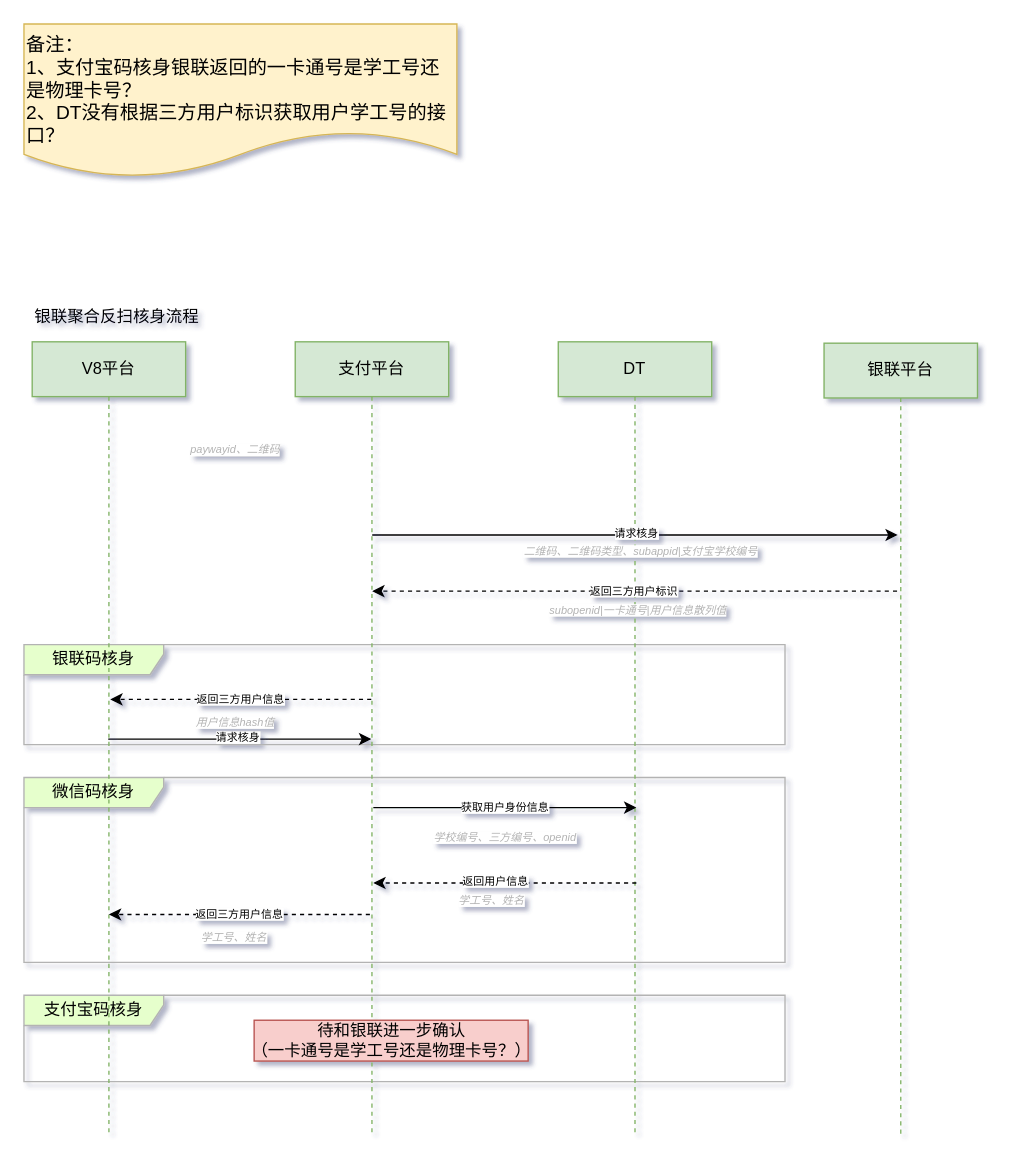
Earlier version of the draw.io diagram page "核身方案" (2 of 3) of 厦门大学.drawio (ifelsewang/draw). Source tidied: cells renumbered, new cells numbered last; positions are measured from the earlier drawing's top-left corner, leaving out a move shared by most shapes. Both pictures are drawn from the tidied source at 137%, with x=0, y=0 at pixel (23, 23).
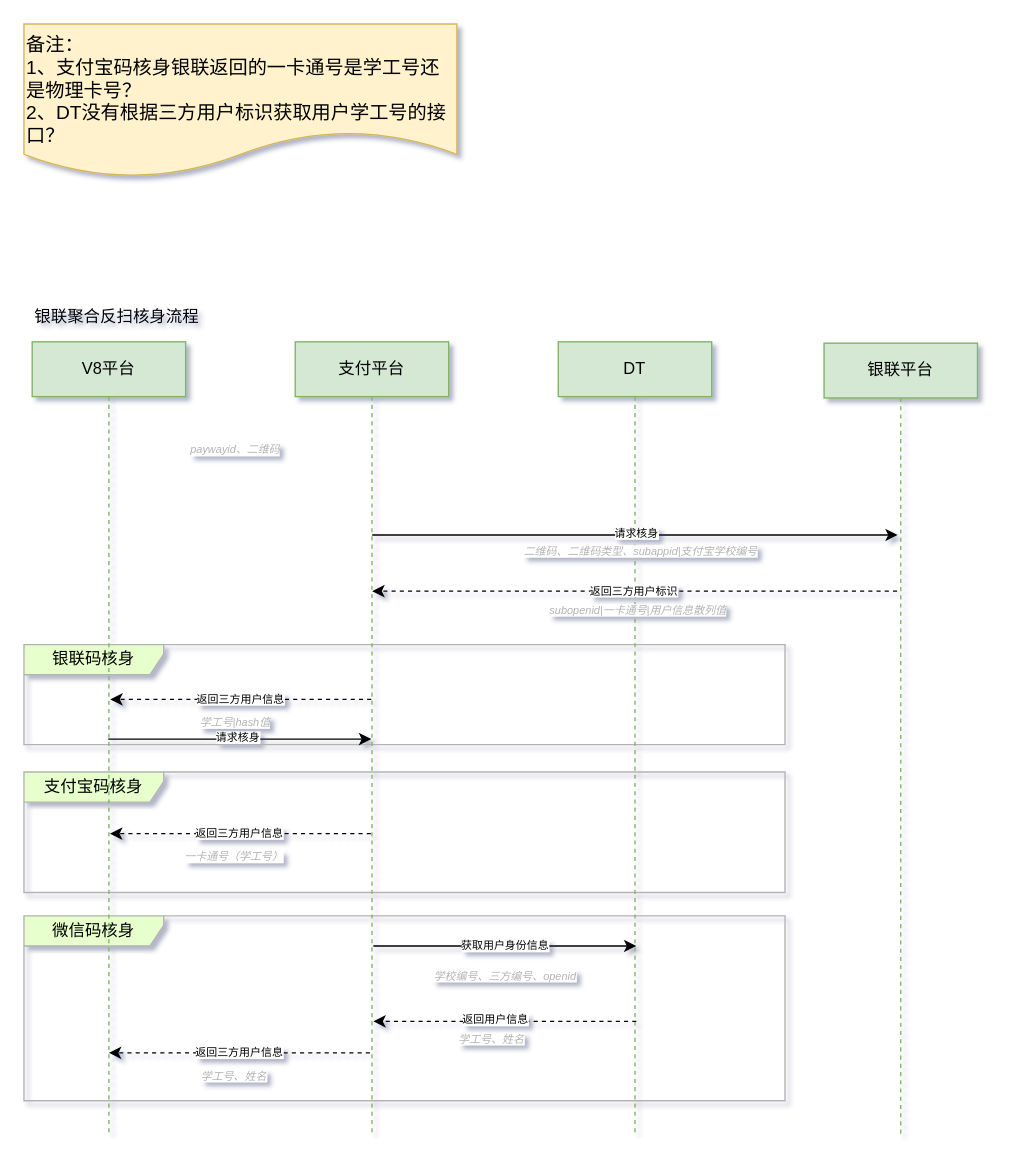
The same page after the edit.

Commit message:
更新厦门大学.drawio

Change to the diagram source:
```diff
@@
     <mxCell id="2" value="微信码核身" style="shape=umlFrame;whiteSpace=wrap;html=1;width=102;height=22;shadow=0;fillColor=#E6FFCC;strokeColor=#B3B3B3;" parent="1" vertex="1">
-      <mxGeometry y="550" width="555.5" height="135" as="geometry" />
+      <mxGeometry y="651" width="555.5" height="135" as="geometry" />
     </mxCell>
@@
     <mxCell id="4" value="支付宝码核身" style="shape=umlFrame;whiteSpace=wrap;html=1;width=102;height=22;shadow=0;fillColor=#E6FFCC;strokeColor=#B3B3B3;" parent="1" vertex="1">
-      <mxGeometry y="709" width="555.5" height="63" as="geometry" />
+      <mxGeometry y="546" width="555.5" height="88" as="geometry" />
     </mxCell>
@@
     <mxCell id="17" value="获取用户身份信息" style="edgeStyle=orthogonalEdgeStyle;rounded=0;orthogonalLoop=1;jettySize=auto;html=1;fontSize=8;fontColor=#000000;" parent="1" edge="1">
       <mxGeometry relative="1" as="geometry">
-        <mxPoint x="255" y="572" as="sourcePoint" />
-        <mxPoint x="447" y="572" as="targetPoint" />
+        <mxPoint x="255" y="673" as="sourcePoint" />
+        <mxPoint x="447" y="673" as="targetPoint" />
         <Array as="points">
-          <mxPoint x="384.5" y="572" />
-          <mxPoint x="384.5" y="572" />
+          <mxPoint x="384.5" y="673" />
+          <mxPoint x="384.5" y="673" />
         </Array>
       </mxGeometry>
     </mxCell>
     <mxCell id="18" style="edgeStyle=orthogonalEdgeStyle;rounded=0;orthogonalLoop=1;jettySize=auto;html=1;fontSize=8;fontColor=#B3B3B3;dashed=1;" parent="1" edge="1">
       <mxGeometry relative="1" as="geometry">
-        <mxPoint x="447" y="627" as="sourcePoint" />
-        <mxPoint x="255" y="627" as="targetPoint" />
+        <mxPoint x="447" y="728" as="sourcePoint" />
+        <mxPoint x="255" y="728" as="targetPoint" />
         <Array as="points">
-          <mxPoint x="322.5" y="627" />
-          <mxPoint x="322.5" y="627" />
+          <mxPoint x="322.5" y="728" />
+          <mxPoint x="322.5" y="728" />
         </Array>
       </mxGeometry>
     </mxCell>
@@
     <mxCell id="20" value="学校编号、三方编号、openid" style="text;html=1;strokeColor=none;fillColor=none;align=center;verticalAlign=middle;rounded=0;fontSize=8;fontColor=#B3B3B3;fontStyle=2;labelBackgroundColor=#ffffff;" parent="1" vertex="1">
-      <mxGeometry x="275" y="586" width="152" height="16" as="geometry" />
+      <mxGeometry x="275" y="687" width="152" height="16" as="geometry" />
     </mxCell>
     <mxCell id="21" value="学工号、姓名" style="text;html=1;strokeColor=none;fillColor=none;align=center;verticalAlign=middle;rounded=0;fontSize=8;fontColor=#B3B3B3;fontStyle=2;labelBackgroundColor=#ffffff;" parent="1" vertex="1">
-      <mxGeometry x="264.5" y="632" width="152" height="16" as="geometry" />
+      <mxGeometry x="264.5" y="733" width="152" height="16" as="geometry" />
     </mxCell>
@@
-    <mxCell id="23" value="用户信息hash值" style="text;html=1;strokeColor=none;fillColor=none;align=center;verticalAlign=middle;rounded=0;fontSize=8;fontColor=#B3B3B3;fontStyle=2;labelBackgroundColor=#ffffff;" parent="1" vertex="1">
+    <mxCell id="23" value="学工号|hash值" style="text;html=1;strokeColor=none;fillColor=none;align=center;verticalAlign=middle;rounded=0;fontSize=8;fontColor=#B3B3B3;fontStyle=2;labelBackgroundColor=#ffffff;" parent="1" vertex="1">
       <mxGeometry x="77.5" y="502" width="152" height="16" as="geometry" />
     </mxCell>
@@
     <mxCell id="25" value="返回三方用户信息" style="edgeStyle=orthogonalEdgeStyle;rounded=0;orthogonalLoop=1;jettySize=auto;html=1;fontSize=8;fontColor=#000000;dashed=1;" parent="1" edge="1">
       <mxGeometry x="0.01" relative="1" as="geometry">
-        <mxPoint x="252.5" y="650" as="sourcePoint" />
-        <mxPoint x="62" y="650" as="targetPoint" />
+        <mxPoint x="252.5" y="751" as="sourcePoint" />
+        <mxPoint x="62" y="751" as="targetPoint" />
         <Array as="points">
-          <mxPoint x="226" y="650" />
-          <mxPoint x="226" y="650" />
+          <mxPoint x="226" y="751" />
+          <mxPoint x="226" y="751" />
         </Array>
       </mxGeometry>
     </mxCell>
     <mxCell id="26" value="学工号、姓名" style="text;html=1;strokeColor=none;fillColor=none;align=center;verticalAlign=middle;rounded=0;fontSize=8;fontColor=#B3B3B3;fontStyle=2;labelBackgroundColor=#ffffff;" parent="1" vertex="1">
-      <mxGeometry x="76.5" y="659" width="152" height="16" as="geometry" />
+      <mxGeometry x="76.5" y="760" width="152" height="16" as="geometry" />
     </mxCell>
-    <mxCell id="27" value="待和银联进一步确认&lt;br&gt;（一卡通号是学工号还是物理卡号？）" style="text;html=1;strokeColor=#b85450;fillColor=#f8cecc;align=center;verticalAlign=middle;rounded=0;shadow=0;" parent="1" vertex="1">
-      <mxGeometry x="168" y="727.2" width="200" height="29.8" as="geometry" />
-    </mxCell>
@@
+    <mxCell id="29" value="返回三方用户信息" style="edgeStyle=orthogonalEdgeStyle;rounded=0;orthogonalLoop=1;jettySize=auto;html=1;fontSize=8;fontColor=#000000;dashed=1;" parent="1" edge="1">
+      <mxGeometry x="0.01" relative="1" as="geometry">
+        <mxPoint x="253.2" y="591" as="sourcePoint" />
+        <mxPoint x="62.8" y="591" as="targetPoint" />
+        <Array as="points">
+          <mxPoint x="226.8" y="591" />
+          <mxPoint x="226.8" y="591" />
+        </Array>
+      </mxGeometry>
+    </mxCell>
+    <mxCell id="30" value="一卡通号（学工号）" style="text;html=1;strokeColor=none;fillColor=none;align=center;verticalAlign=middle;rounded=0;fontSize=8;fontColor=#B3B3B3;fontStyle=2;labelBackgroundColor=#ffffff;" parent="1" vertex="1">
+      <mxGeometry x="77.2" y="600" width="152" height="16" as="geometry" />
+    </mxCell>
```
